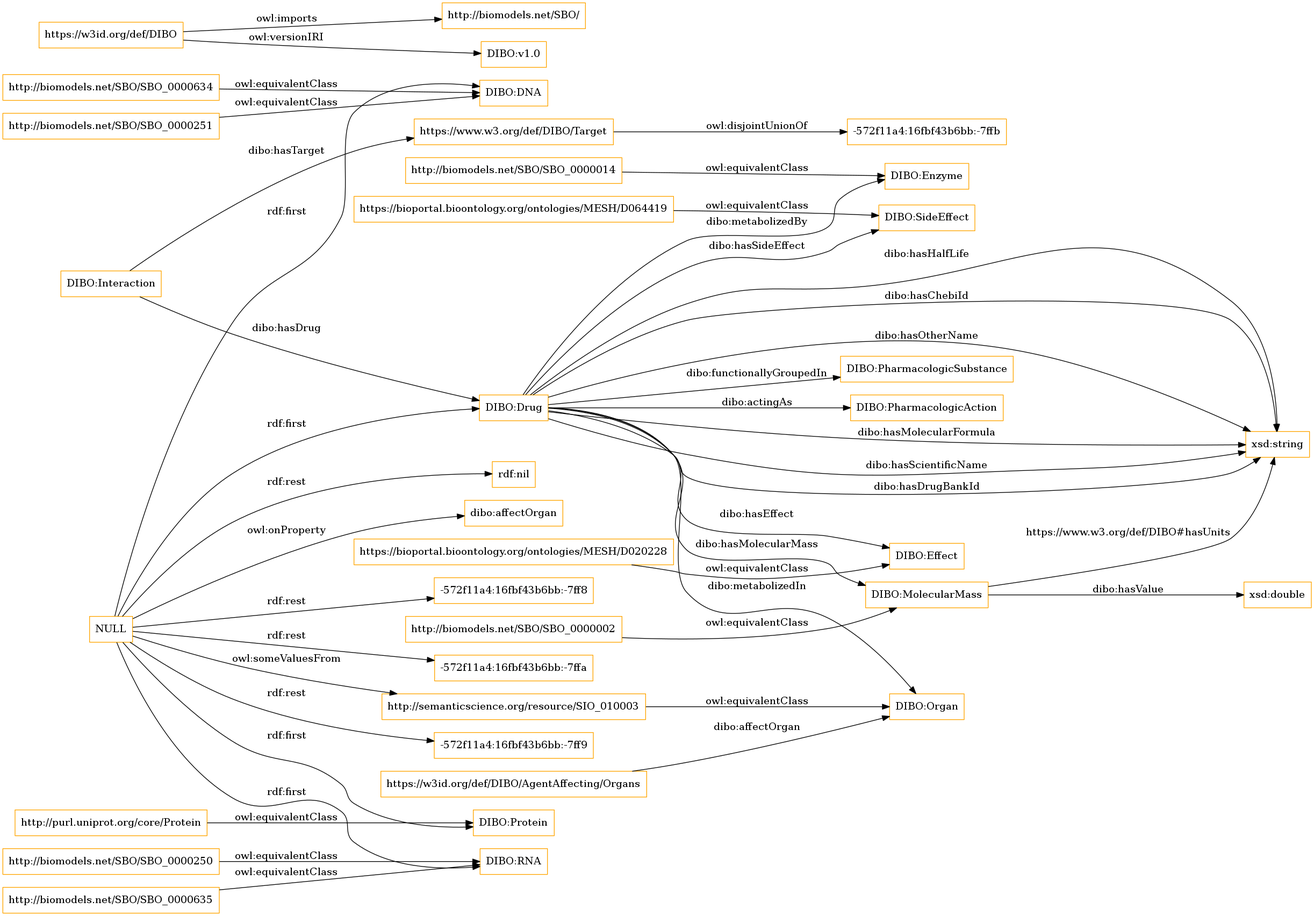
OnToologyUser/DIBO keeps this Graphviz diagram as OnToology/DIBO_RDF.owl/diagrams/ar2dtool-class/DIBO_RDF.owl.png. Above is the earlier version. Its source is kept beside it as OnToology/DIBO_RDF.owl/diagrams/ar2dtool-class/DIBO_RDF.owl.png.dot.
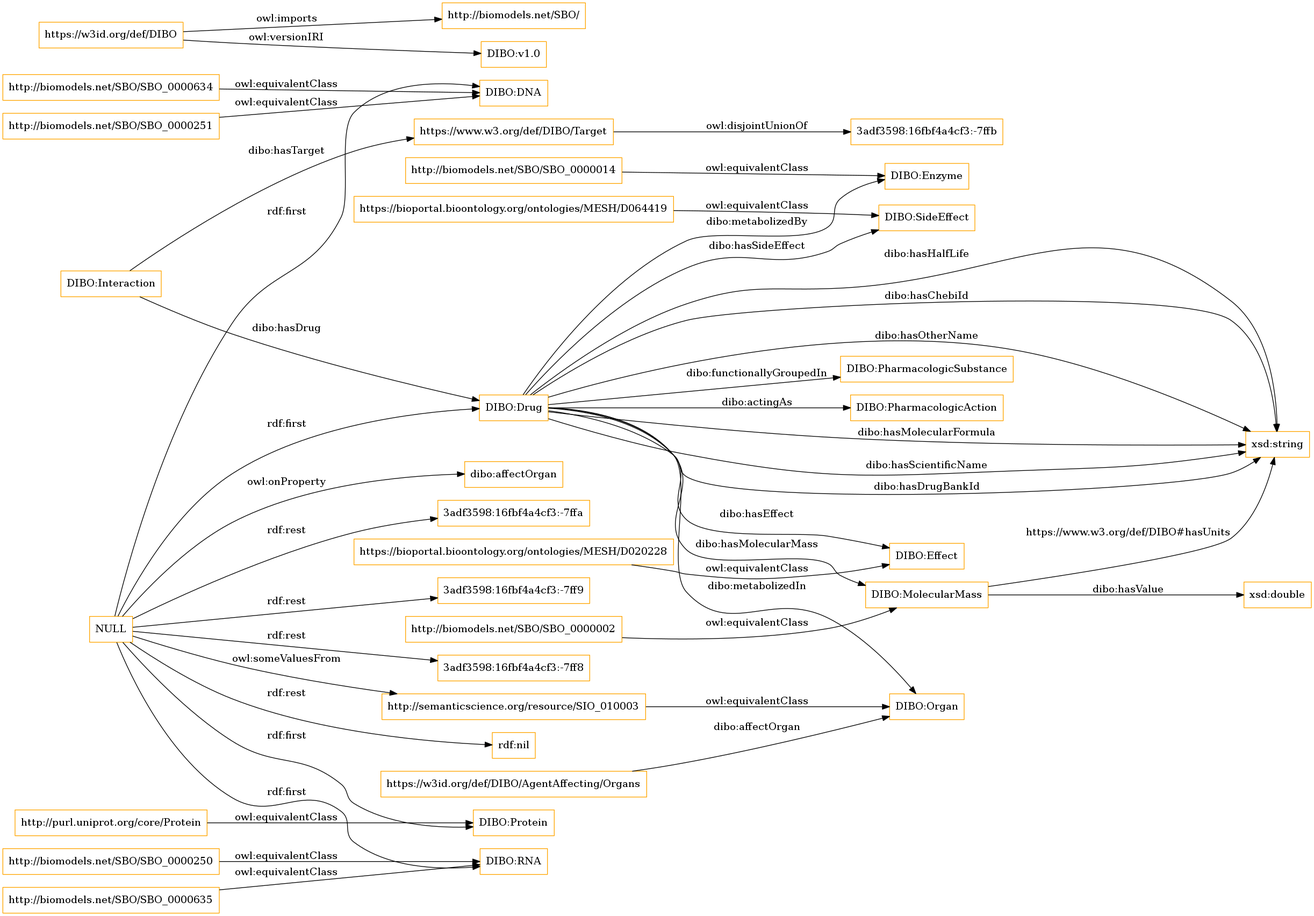
Later version of the same file.

Diff of the diagram source:
```diff
@@ -2,16 +2,16 @@
 rankdir=LR;
 size="1501"
 node [shape = rectangle, color="orange"]; "DIBO:Interaction" "http://biomodels.net/SBO/SBO_0000250" "DIBO:Organ" "https://bioportal.bioontology.org/ontologies/MESH/D020228" "DIBO:Protein" "DIBO:SideEffect" "DIBO:Drug" "DIBO:Enzyme" "https://www.w3.org/def/DIBO/Target" "http://biomodels.net/SBO/SBO_0000635" "DIBO:DNA" "http://semanticscience.org/resource/SIO_010003" "http://biomodels.net/SBO/SBO_0000251" "https://w3id.org/def/DIBO/AgentAffecting/Organs" "DIBO:MolecularMass" "DIBO:PharmacologicSubstance" "http://biomodels.net/SBO/SBO_0000002" "http://purl.uniprot.org/core/Protein" "DIBO:RNA" "http://biomodels.net/SBO/SBO_0000634" "DIBO:PharmacologicAction" "https://bioportal.bioontology.org/ontologies/MESH/D064419" "DIBO:Effect" "http://biomodels.net/SBO/SBO_0000014" ; /*classes style*/
-	"NULL" -> "-572f11a4:16fbf43b6bb:-7ffa" [ label = "rdf:rest" ];
 	"NULL" -> "http://semanticscience.org/resource/SIO_010003" [ label = "owl:someValuesFrom" ];
-	"NULL" -> "-572f11a4:16fbf43b6bb:-7ff9" [ label = "rdf:rest" ];
+	"NULL" -> "3adf3598:16fbf4a4cf3:-7ff8" [ label = "rdf:rest" ];
 	"NULL" -> "DIBO:Drug" [ label = "rdf:first" ];
 	"NULL" -> "DIBO:Protein" [ label = "rdf:first" ];
 	"NULL" -> "DIBO:DNA" [ label = "rdf:first" ];
 	"NULL" -> "rdf:nil" [ label = "rdf:rest" ];
 	"NULL" -> "dibo:affectOrgan" [ label = "owl:onProperty" ];
-	"NULL" -> "-572f11a4:16fbf43b6bb:-7ff8" [ label = "rdf:rest" ];
 	"NULL" -> "DIBO:RNA" [ label = "rdf:first" ];
+	"NULL" -> "3adf3598:16fbf4a4cf3:-7ffa" [ label = "rdf:rest" ];
+	"NULL" -> "3adf3598:16fbf4a4cf3:-7ff9" [ label = "rdf:rest" ];
 	"https://bioportal.bioontology.org/ontologies/MESH/D020228" -> "DIBO:Effect" [ label = "owl:equivalentClass" ];
 	"http://biomodels.net/SBO/SBO_0000635" -> "DIBO:RNA" [ label = "owl:equivalentClass" ];
 	"http://biomodels.net/SBO/SBO_0000251" -> "DIBO:DNA" [ label = "owl:equivalentClass" ];
@@ -21,7 +21,7 @@
 	"https://w3id.org/def/DIBO" -> "http://biomodels.net/SBO/" [ label = "owl:imports" ];
 	"https://w3id.org/def/DIBO" -> "DIBO:v1.0" [ label = "owl:versionIRI" ];
 	"http://purl.uniprot.org/core/Protein" -> "DIBO:Protein" [ label = "owl:equivalentClass" ];
-	"https://www.w3.org/def/DIBO/Target" -> "-572f11a4:16fbf43b6bb:-7ffb" [ label = "owl:disjointUnionOf" ];
+	"https://www.w3.org/def/DIBO/Target" -> "3adf3598:16fbf4a4cf3:-7ffb" [ label = "owl:disjointUnionOf" ];
 	"http://biomodels.net/SBO/SBO_0000002" -> "DIBO:MolecularMass" [ label = "owl:equivalentClass" ];
 	"http://semanticscience.org/resource/SIO_010003" -> "DIBO:Organ" [ label = "owl:equivalentClass" ];
 	"https://bioportal.bioontology.org/ontologies/MESH/D064419" -> "DIBO:SideEffect" [ label = "owl:equivalentClass" ];
```
